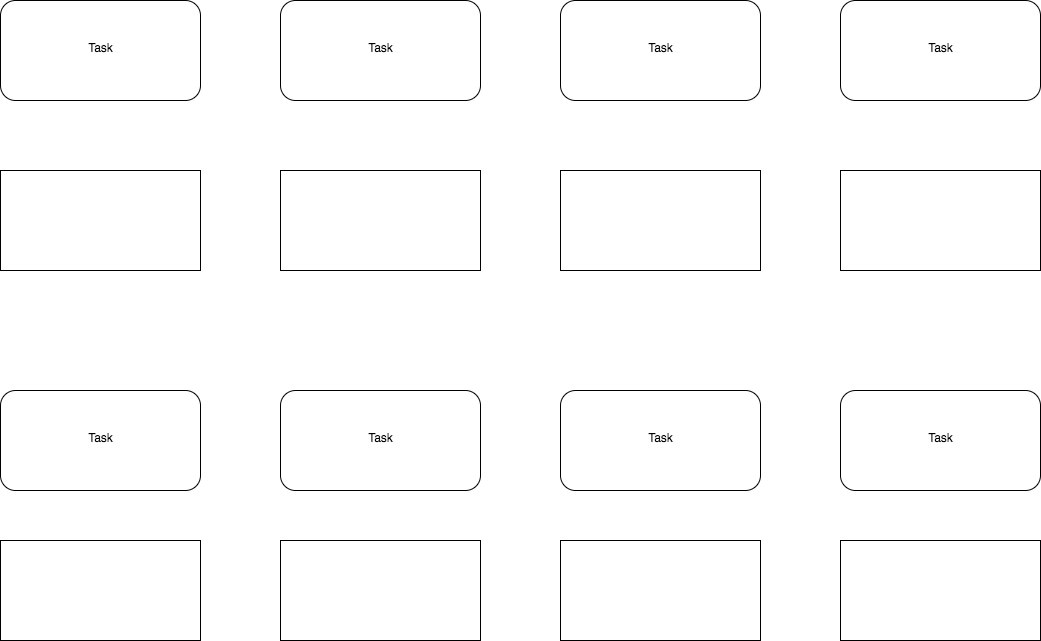
Before: planning/user_journey_deal_seeker.png, a diagram exported from draw.io (dinhosang/cc_project_1_burger_deals). Source tidied: cells renumbered, new cells last; positions are measured from the earlier drawing's top-left corner, leaving out a move shared by most shapes. Source of this version:
```xml
<mxGraphModel background="#ffffff">
  <root>
    <mxCell id="0" />
    <mxCell id="1" parent="0" />
    <mxCell id="2" value="Task" style="shape=ext;rounded=1;html=1;whiteSpace=wrap;" parent="1" vertex="1">
      <mxGeometry width="200" height="100" as="geometry" />
    </mxCell>
    <mxCell id="3" value="Task" style="shape=ext;rounded=1;html=1;whiteSpace=wrap;" parent="1" vertex="1">
      <mxGeometry x="280" width="200" height="100" as="geometry" />
    </mxCell>
    <mxCell id="4" value="Task" style="shape=ext;rounded=1;html=1;whiteSpace=wrap;" parent="1" vertex="1">
      <mxGeometry x="560" width="200" height="100" as="geometry" />
    </mxCell>
    <mxCell id="5" value="Task" style="shape=ext;rounded=1;html=1;whiteSpace=wrap;" parent="1" vertex="1">
      <mxGeometry x="840" width="200" height="100" as="geometry" />
    </mxCell>
    <mxCell id="6" value="Task" style="shape=ext;rounded=1;html=1;whiteSpace=wrap;" parent="1" vertex="1">
      <mxGeometry y="390" width="200" height="100" as="geometry" />
    </mxCell>
    <mxCell id="7" value="Task" style="shape=ext;rounded=1;html=1;whiteSpace=wrap;" parent="1" vertex="1">
      <mxGeometry x="280" y="390" width="200" height="100" as="geometry" />
    </mxCell>
    <mxCell id="8" value="Task" style="shape=ext;rounded=1;html=1;whiteSpace=wrap;" parent="1" vertex="1">
      <mxGeometry x="560" y="390" width="200" height="100" as="geometry" />
    </mxCell>
    <mxCell id="9" value="Task" style="shape=ext;rounded=1;html=1;whiteSpace=wrap;" parent="1" vertex="1">
      <mxGeometry x="840" y="390" width="200" height="100" as="geometry" />
    </mxCell>
    <mxCell id="10" style="rounded=0;whiteSpace=wrap;html=1;" parent="1" vertex="1">
      <mxGeometry y="170" width="200" height="100" as="geometry" />
    </mxCell>
    <mxCell id="11" style="rounded=0;whiteSpace=wrap;html=1;" parent="1" vertex="1">
      <mxGeometry x="840" y="540" width="200" height="100" as="geometry" />
    </mxCell>
    <mxCell id="12" style="rounded=0;whiteSpace=wrap;html=1;" parent="1" vertex="1">
      <mxGeometry x="560" y="540" width="200" height="100" as="geometry" />
    </mxCell>
    <mxCell id="13" style="rounded=0;whiteSpace=wrap;html=1;" parent="1" vertex="1">
      <mxGeometry x="280" y="540" width="200" height="100" as="geometry" />
    </mxCell>
    <mxCell id="14" style="rounded=0;whiteSpace=wrap;html=1;" parent="1" vertex="1">
      <mxGeometry y="540" width="200" height="100" as="geometry" />
    </mxCell>
    <mxCell id="15" style="rounded=0;whiteSpace=wrap;html=1;" parent="1" vertex="1">
      <mxGeometry x="840" y="170" width="200" height="100" as="geometry" />
    </mxCell>
    <mxCell id="16" style="rounded=0;whiteSpace=wrap;html=1;" parent="1" vertex="1">
      <mxGeometry x="560" y="170" width="200" height="100" as="geometry" />
    </mxCell>
    <mxCell id="17" style="rounded=0;whiteSpace=wrap;html=1;" parent="1" vertex="1">
      <mxGeometry x="280" y="170" width="200" height="100" as="geometry" />
    </mxCell>
  </root>
</mxGraphModel>
```
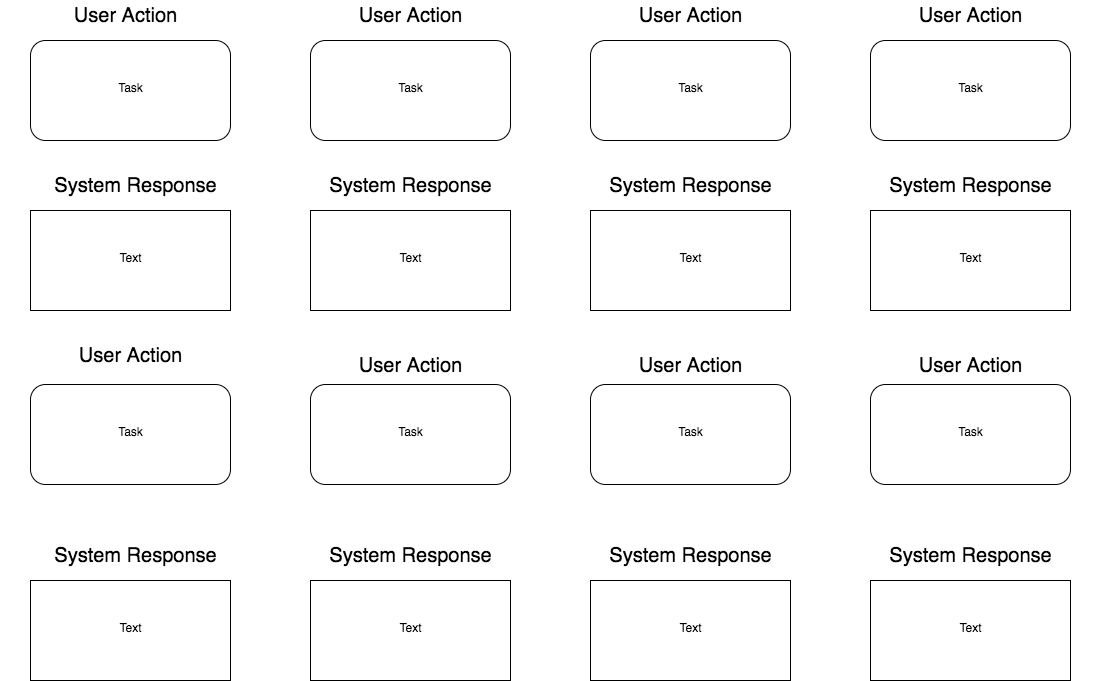
After the commit.

Change to the diagram source:
```diff
@@ -15,16 +15,16 @@
       <mxGeometry x="840" width="200" height="100" as="geometry" />
     </mxCell>
     <mxCell id="6" value="Task" style="shape=ext;rounded=1;html=1;whiteSpace=wrap;" parent="1" vertex="1">
-      <mxGeometry y="390" width="200" height="100" as="geometry" />
+      <mxGeometry y="344" width="200" height="100" as="geometry" />
     </mxCell>
     <mxCell id="7" value="Task" style="shape=ext;rounded=1;html=1;whiteSpace=wrap;" parent="1" vertex="1">
-      <mxGeometry x="280" y="390" width="200" height="100" as="geometry" />
+      <mxGeometry x="280" y="344" width="200" height="100" as="geometry" />
     </mxCell>
     <mxCell id="8" value="Task" style="shape=ext;rounded=1;html=1;whiteSpace=wrap;" parent="1" vertex="1">
-      <mxGeometry x="560" y="390" width="200" height="100" as="geometry" />
+      <mxGeometry x="560" y="344" width="200" height="100" as="geometry" />
     </mxCell>
     <mxCell id="9" value="Task" style="shape=ext;rounded=1;html=1;whiteSpace=wrap;" parent="1" vertex="1">
-      <mxGeometry x="840" y="390" width="200" height="100" as="geometry" />
+      <mxGeometry x="840" y="344" width="200" height="100" as="geometry" />
     </mxCell>
     <mxCell id="10" style="rounded=0;whiteSpace=wrap;html=1;" parent="1" vertex="1">
       <mxGeometry y="170" width="200" height="100" as="geometry" />
@@ -50,5 +50,77 @@
     <mxCell id="17" style="rounded=0;whiteSpace=wrap;html=1;" parent="1" vertex="1">
       <mxGeometry x="280" y="170" width="200" height="100" as="geometry" />
     </mxCell>
+    <mxCell id="18" value="Text" style="text;html=1;strokeColor=none;fillColor=none;align=center;verticalAlign=middle;whiteSpace=wrap;rounded=0;" parent="1" vertex="1">
+      <mxGeometry x="10" y="180" width="180" height="80" as="geometry" />
+    </mxCell>
+    <mxCell id="19" value="Text" style="text;html=1;strokeColor=none;fillColor=none;align=center;verticalAlign=middle;whiteSpace=wrap;rounded=0;" parent="1" vertex="1">
+      <mxGeometry x="850" y="550" width="180" height="80" as="geometry" />
+    </mxCell>
+    <mxCell id="20" value="Text" style="text;html=1;strokeColor=none;fillColor=none;align=center;verticalAlign=middle;whiteSpace=wrap;rounded=0;" parent="1" vertex="1">
+      <mxGeometry x="850" y="180" width="180" height="80" as="geometry" />
+    </mxCell>
+    <mxCell id="21" value="Text" style="text;html=1;strokeColor=none;fillColor=none;align=center;verticalAlign=middle;whiteSpace=wrap;rounded=0;" parent="1" vertex="1">
+      <mxGeometry x="570" y="180" width="180" height="80" as="geometry" />
+    </mxCell>
+    <mxCell id="22" value="Text" style="text;html=1;strokeColor=none;fillColor=none;align=center;verticalAlign=middle;whiteSpace=wrap;rounded=0;" parent="1" vertex="1">
+      <mxGeometry x="570" y="550" width="180" height="80" as="geometry" />
+    </mxCell>
+    <mxCell id="23" value="Text" style="text;html=1;strokeColor=none;fillColor=none;align=center;verticalAlign=middle;whiteSpace=wrap;rounded=0;" parent="1" vertex="1">
+      <mxGeometry x="290" y="550" width="180" height="80" as="geometry" />
+    </mxCell>
+    <mxCell id="24" value="Text" style="text;html=1;strokeColor=none;fillColor=none;align=center;verticalAlign=middle;whiteSpace=wrap;rounded=0;" parent="1" vertex="1">
+      <mxGeometry x="290" y="180" width="180" height="80" as="geometry" />
+    </mxCell>
+    <mxCell id="25" value="Text" style="text;html=1;strokeColor=none;fillColor=none;align=center;verticalAlign=middle;whiteSpace=wrap;rounded=0;" parent="1" vertex="1">
+      <mxGeometry x="10" y="550" width="180" height="80" as="geometry" />
+    </mxCell>
+    <mxCell id="26" value="&lt;font style=&quot;font-size: 20px&quot;&gt;User Action&lt;/font&gt;" style="text;html=1;strokeColor=none;fillColor=none;align=center;verticalAlign=middle;whiteSpace=wrap;rounded=0;fontStyle=0;" parent="1" vertex="1">
+      <mxGeometry y="-40" width="190" height="30" as="geometry" />
+    </mxCell>
+    <mxCell id="27" value="&lt;div style=&quot;text-align: center&quot;&gt;&lt;font style=&quot;font-size: 20px&quot;&gt;System Response&lt;/font&gt;&lt;/div&gt;" style="text;html=1;strokeColor=none;fillColor=none;align=center;verticalAlign=middle;whiteSpace=wrap;rounded=0;" parent="1" vertex="1">
+      <mxGeometry x="-30" y="130" width="270" height="30" as="geometry" />
+    </mxCell>
+    <mxCell id="28" value="&lt;font style=&quot;font-size: 20px&quot;&gt;User Action&lt;/font&gt;" style="text;html=1;strokeColor=none;fillColor=none;align=center;verticalAlign=middle;whiteSpace=wrap;rounded=0;" parent="1" vertex="1">
+      <mxGeometry x="5" y="300" width="190" height="30" as="geometry" />
+    </mxCell>
+    <mxCell id="29" value="&lt;div style=&quot;text-align: center&quot;&gt;&lt;font style=&quot;font-size: 20px&quot;&gt;System Response&lt;/font&gt;&lt;/div&gt;" style="text;html=1;strokeColor=none;fillColor=none;align=center;verticalAlign=middle;whiteSpace=wrap;rounded=0;" parent="1" vertex="1">
+      <mxGeometry x="-30" y="500" width="270" height="30" as="geometry" />
+    </mxCell>
+    <mxCell id="30" value="&lt;div style=&quot;text-align: center&quot;&gt;&lt;font style=&quot;font-size: 20px&quot;&gt;System Response&lt;/font&gt;&lt;/div&gt;" style="text;html=1;strokeColor=none;fillColor=none;align=center;verticalAlign=middle;whiteSpace=wrap;rounded=0;" parent="1" vertex="1">
+      <mxGeometry x="805" y="500" width="270" height="30" as="geometry" />
+    </mxCell>
+    <mxCell id="31" value="&lt;div style=&quot;text-align: center&quot;&gt;&lt;font style=&quot;font-size: 20px&quot;&gt;System Response&lt;/font&gt;&lt;/div&gt;" style="text;html=1;strokeColor=none;fillColor=none;align=center;verticalAlign=middle;whiteSpace=wrap;rounded=0;" parent="1" vertex="1">
+      <mxGeometry x="525" y="500" width="270" height="30" as="geometry" />
+    </mxCell>
+    <mxCell id="32" value="&lt;div style=&quot;text-align: center&quot;&gt;&lt;font style=&quot;font-size: 20px&quot;&gt;System Response&lt;/font&gt;&lt;/div&gt;" style="text;html=1;strokeColor=none;fillColor=none;align=center;verticalAlign=middle;whiteSpace=wrap;rounded=0;" parent="1" vertex="1">
+      <mxGeometry x="245" y="500" width="270" height="30" as="geometry" />
+    </mxCell>
+    <mxCell id="33" value="&lt;div style=&quot;text-align: center&quot;&gt;&lt;font style=&quot;font-size: 20px&quot;&gt;System Response&lt;/font&gt;&lt;/div&gt;" style="text;html=1;strokeColor=none;fillColor=none;align=center;verticalAlign=middle;whiteSpace=wrap;rounded=0;" parent="1" vertex="1">
+      <mxGeometry x="805" y="130" width="270" height="30" as="geometry" />
+    </mxCell>
+    <mxCell id="34" value="&lt;div style=&quot;text-align: center&quot;&gt;&lt;font style=&quot;font-size: 20px&quot;&gt;System Response&lt;/font&gt;&lt;/div&gt;" style="text;html=1;strokeColor=none;fillColor=none;align=center;verticalAlign=middle;whiteSpace=wrap;rounded=0;" parent="1" vertex="1">
+      <mxGeometry x="525" y="130" width="270" height="30" as="geometry" />
+    </mxCell>
+    <mxCell id="35" value="&lt;div style=&quot;text-align: center&quot;&gt;&lt;font style=&quot;font-size: 20px&quot;&gt;System Response&lt;/font&gt;&lt;/div&gt;" style="text;html=1;strokeColor=none;fillColor=none;align=center;verticalAlign=middle;whiteSpace=wrap;rounded=0;" parent="1" vertex="1">
+      <mxGeometry x="245" y="130" width="270" height="30" as="geometry" />
+    </mxCell>
+    <mxCell id="36" value="&lt;font style=&quot;font-size: 20px&quot;&gt;User Action&lt;/font&gt;" style="text;html=1;strokeColor=none;fillColor=none;align=center;verticalAlign=middle;whiteSpace=wrap;rounded=0;" parent="1" vertex="1">
+      <mxGeometry x="285" y="-40" width="190" height="30" as="geometry" />
+    </mxCell>
+    <mxCell id="37" value="&lt;font style=&quot;font-size: 20px&quot;&gt;User Action&lt;/font&gt;" style="text;html=1;strokeColor=none;fillColor=none;align=center;verticalAlign=middle;whiteSpace=wrap;rounded=0;" parent="1" vertex="1">
+      <mxGeometry x="845" y="310" width="190" height="30" as="geometry" />
+    </mxCell>
+    <mxCell id="38" value="&lt;font style=&quot;font-size: 20px&quot;&gt;User Action&lt;/font&gt;" style="text;html=1;strokeColor=none;fillColor=none;align=center;verticalAlign=middle;whiteSpace=wrap;rounded=0;" parent="1" vertex="1">
+      <mxGeometry x="565" y="310" width="190" height="30" as="geometry" />
+    </mxCell>
+    <mxCell id="39" value="&lt;font style=&quot;font-size: 20px&quot;&gt;User Action&lt;/font&gt;" style="text;html=1;strokeColor=none;fillColor=none;align=center;verticalAlign=middle;whiteSpace=wrap;rounded=0;" parent="1" vertex="1">
+      <mxGeometry x="285" y="310" width="190" height="30" as="geometry" />
+    </mxCell>
+    <mxCell id="40" value="&lt;font style=&quot;font-size: 20px&quot;&gt;User Action&lt;/font&gt;" style="text;html=1;strokeColor=none;fillColor=none;align=center;verticalAlign=middle;whiteSpace=wrap;rounded=0;" parent="1" vertex="1">
+      <mxGeometry x="845" y="-40" width="190" height="30" as="geometry" />
+    </mxCell>
+    <mxCell id="41" value="&lt;font style=&quot;font-size: 20px&quot;&gt;User Action&lt;/font&gt;" style="text;html=1;strokeColor=none;fillColor=none;align=center;verticalAlign=middle;whiteSpace=wrap;rounded=0;" parent="1" vertex="1">
+      <mxGeometry x="565" y="-40" width="190" height="30" as="geometry" />
+    </mxCell>
   </root>
 </mxGraphModel>
```
